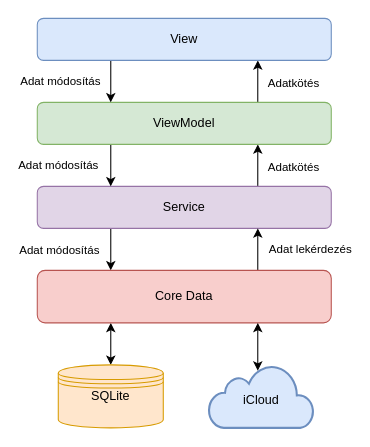
This is Documentation/Diagrams/dataStack.drawio from badalnoky/TaskWise, a draw.io file, before an edit. Source tidied: cells renumbered, new cells numbered last; positions are measured from the earlier drawing's top-left corner, leaving out a move shared by most shapes. Both pictures are drawn from the tidied source at 105%, with x=0, y=0 at pixel (37, 18).
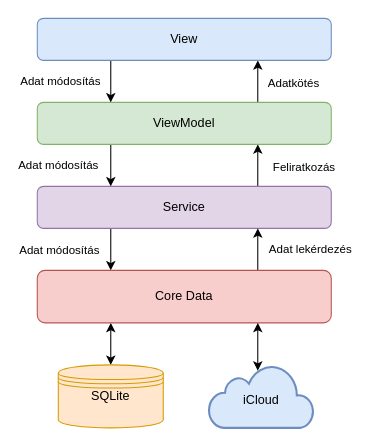
The same diagram, later.

The edit, as a diff of the source:
```diff
@@
-    <mxCell id="24" value="Adatkötés" style="edgeLabel;html=1;align=center;verticalAlign=middle;labelBackgroundColor=none;" parent="1" vertex="1">
-      <mxGeometry x="240" y="140" as="geometry">
+    <mxCell id="24" value="Feliratkozás" style="edgeLabel;html=1;align=center;verticalAlign=middle;labelBackgroundColor=none;" parent="1" vertex="1">
+      <mxGeometry x="250" y="140" as="geometry">
         <mxPoint x="3" y="1" as="offset" />
       </mxGeometry>
     </mxCell>
```
